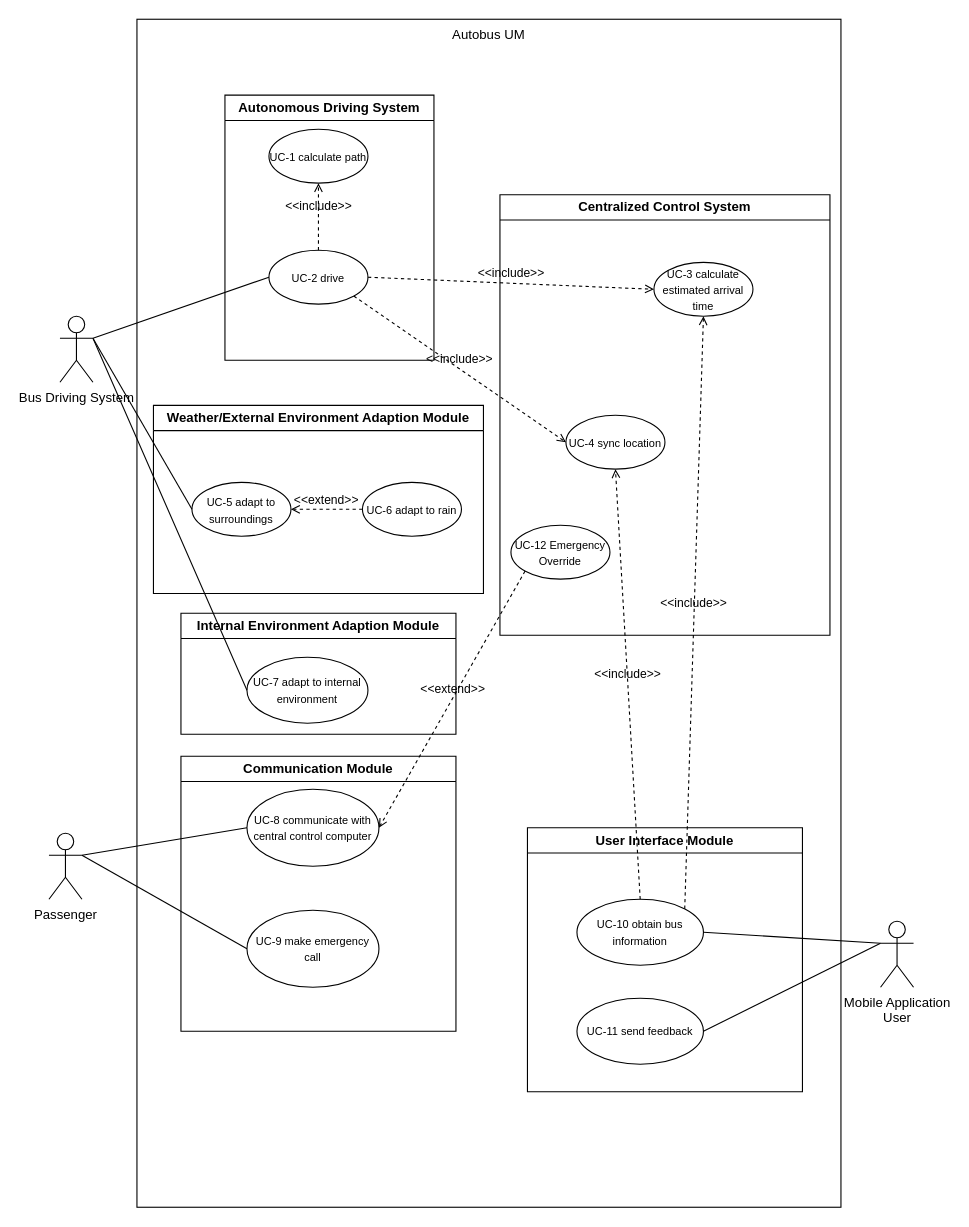
Above: UCDwia2002project.drawio in justn0thinghere/drawio (draw.io), before the change. Source tidied: cells renumbered, new cells numbered last; positions are measured from the earlier drawing's top-left corner, leaving out a move shared by most shapes. Both pictures are drawn from the tidied source at 110%, with x=0, y=0 at pixel (48, 19).
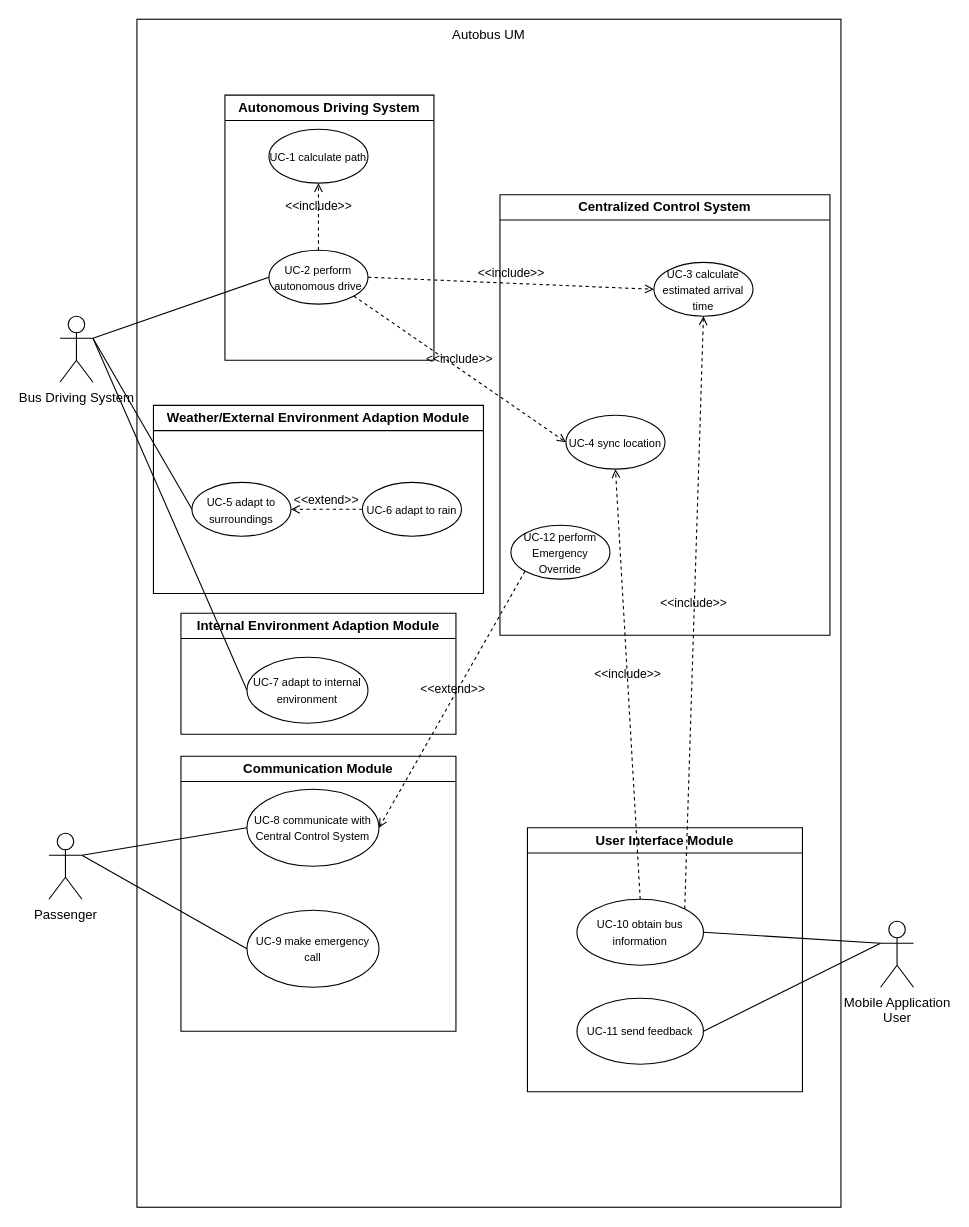
The same diagram, later.

The change refers to these unchanged cells:
```xml
<mxCell id="4" value="Autonomous Driving System" style="swimlane;whiteSpace=wrap;html=1;" parent="1" vertex="1">
  <mxGeometry x="160" y="69" width="190" height="241" as="geometry" />
</mxCell>
```

The edit, as a diff of the source:
```diff
@@
-    <mxCell id="6" value="&lt;font style=&quot;font-size: 10px;&quot;&gt;UC-2 drive&lt;/font&gt;" style="ellipse;whiteSpace=wrap;html=1;" parent="4" vertex="1">
+    <mxCell id="6" value="&lt;font style=&quot;font-size: 10px;&quot;&gt;UC-2 perform autonomous drive&lt;/font&gt;" style="ellipse;whiteSpace=wrap;html=1;" parent="4" vertex="1">
       <mxGeometry x="40" y="141" width="90" height="49" as="geometry" />
     </mxCell>
@@
-    <mxCell id="23" value="&lt;font style=&quot;font-size: 10px;&quot;&gt;UC-8 communicate with central control computer&lt;/font&gt;" style="ellipse;whiteSpace=wrap;html=1;" parent="1" vertex="1">
+    <mxCell id="23" value="&lt;font style=&quot;font-size: 10px;&quot;&gt;UC-8 communicate with Central Control System&lt;/font&gt;" style="ellipse;whiteSpace=wrap;html=1;" parent="1" vertex="1">
       <mxGeometry x="180" y="700" width="120" height="70" as="geometry" />
     </mxCell>
@@
-    <mxCell id="28" value="&lt;font style=&quot;font-size: 10px;&quot;&gt;UC-12 Emergency Override&lt;/font&gt;" style="ellipse;whiteSpace=wrap;html=1;" parent="1" vertex="1">
+    <mxCell id="28" value="&lt;font style=&quot;font-size: 10px;&quot;&gt;UC-12 perform Emergency Override&lt;/font&gt;" style="ellipse;whiteSpace=wrap;html=1;" parent="1" vertex="1">
       <mxGeometry x="420" y="460" width="90" height="49" as="geometry" />
     </mxCell>
```
